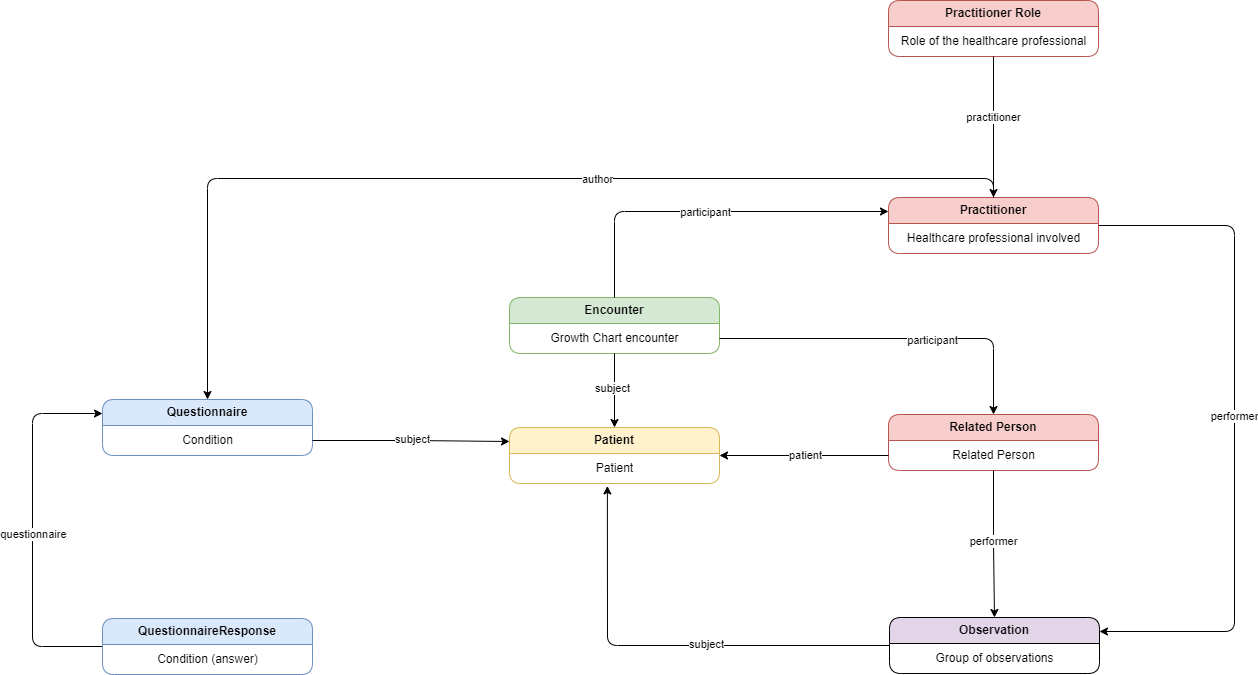
Before: Diagrams/growth-chart-simplified-logical-model.png, a diagram exported from draw.io (GIGCymru/NHSWales-fhir-profiles). Source tidied: cells renumbered, new cells last; positions are measured from the earlier drawing's top-left corner, leaving out a move shared by most shapes. Its diagram source:
```xml
<mxGraphModel>
  <root>
    <mxCell id="0" />
    <mxCell id="1" parent="0" />
    <mxCell id="2" value="&lt;b&gt;Encounter&lt;/b&gt;" style="swimlane;fontStyle=0;horizontal=1;startSize=26;fillColor=#d5e8d4;whiteSpace=wrap;html=1;rounded=1;strokeColor=#82b366;noLabel=0;backgroundOutline=0;" parent="1" vertex="1">
      <mxGeometry x="477" y="297" width="210" height="56" as="geometry" />
    </mxCell>
    <mxCell id="3" value="Growth Chart encounter" style="text;html=1;align=center;verticalAlign=middle;points=[];strokeColor=none;fillColor=none;" parent="2" vertex="1">
      <mxGeometry y="26" width="210" height="30" as="geometry" />
    </mxCell>
    <mxCell id="4" value="&lt;b&gt;Related Person&lt;/b&gt;" style="swimlane;fontStyle=0;horizontal=1;startSize=26;fillColor=#f8cecc;whiteSpace=wrap;html=1;rounded=1;strokeColor=#b85450;noLabel=0;backgroundOutline=0;" parent="1" vertex="1">
      <mxGeometry x="856" y="414" width="210" height="56" as="geometry" />
    </mxCell>
    <mxCell id="5" value="Related Person" style="text;html=1;align=center;verticalAlign=middle;points=[];strokeColor=none;fillColor=none;" parent="4" vertex="1">
      <mxGeometry y="26" width="210" height="30" as="geometry" />
    </mxCell>
    <mxCell id="6" value="&lt;b&gt;Practitioner Role&lt;/b&gt;" style="swimlane;fontStyle=0;horizontal=1;startSize=26;fillColor=#f8cecc;html=1;rounded=1;strokeColor=#b85450;noLabel=0;backgroundOutline=0;whiteSpace=wrap;" parent="1" vertex="1">
      <mxGeometry x="856" width="210" height="56" as="geometry" />
    </mxCell>
    <mxCell id="7" value="Role of the healthcare professional" style="text;html=1;align=center;verticalAlign=middle;points=[];strokeColor=none;fillColor=none;" parent="6" vertex="1">
      <mxGeometry y="26" width="210" height="30" as="geometry" />
    </mxCell>
    <mxCell id="8" style="edgeStyle=orthogonalEdgeStyle;rounded=1;jettySize=auto;html=1;entryX=1;entryY=0.25;entryDx=0;entryDy=0;curved=0;" parent="1" edge="1" source="10" target="14">
      <mxGeometry relative="1" as="geometry">
        <Array as="points">
          <mxPoint x="1202" y="225" />
          <mxPoint x="1202" y="631" />
        </Array>
      </mxGeometry>
    </mxCell>
    <mxCell id="9" value="performer" style="edgeLabel;html=1;align=center;verticalAlign=middle;" parent="8" vertex="1">
      <mxGeometry x="0.17" y="-1" relative="1" as="geometry">
        <mxPoint y="-70" as="offset" />
      </mxGeometry>
    </mxCell>
    <mxCell id="10" value="&lt;b&gt;Practitioner&lt;/b&gt;" style="swimlane;fontStyle=0;horizontal=1;startSize=26;fillColor=#f8cecc;whiteSpace=wrap;html=1;rounded=1;strokeColor=#b85450;noLabel=0;backgroundOutline=0;" parent="1" vertex="1">
      <mxGeometry x="856" y="197" width="210" height="56" as="geometry" />
    </mxCell>
    <mxCell id="11" value="Healthcare professional involved" style="text;html=1;align=center;verticalAlign=middle;strokeColor=none;fillColor=none;" parent="10" vertex="1">
      <mxGeometry y="26" width="210" height="30" as="geometry" />
    </mxCell>
    <mxCell id="12" value="&lt;b&gt;Patient&lt;/b&gt;" style="swimlane;fontStyle=0;horizontal=1;startSize=26;fillColor=#fff2cc;whiteSpace=wrap;html=1;rounded=1;strokeColor=#d6b656;noLabel=0;backgroundOutline=0;" parent="1" vertex="1">
      <mxGeometry x="477" y="427" width="210" height="56" as="geometry" />
    </mxCell>
    <mxCell id="13" value="Patient" style="text;html=1;align=center;verticalAlign=middle;points=[];strokeColor=none;fillColor=none;" parent="12" vertex="1">
      <mxGeometry y="26" width="210" height="30" as="geometry" />
    </mxCell>
    <mxCell id="14" value="&lt;b&gt;Observation&lt;/b&gt;" style="swimlane;fontStyle=0;horizontal=1;startSize=26;fillColor=#E1D5E7;whiteSpace=wrap;html=1;rounded=1;strokeColor=default;noLabel=0;backgroundOutline=0;" parent="1" vertex="1">
      <mxGeometry x="857" y="617" width="210" height="56" as="geometry" />
    </mxCell>
    <mxCell id="15" value="Group of observations" style="text;html=1;align=center;verticalAlign=middle;strokeColor=none;fillColor=none;" parent="14" vertex="1">
      <mxGeometry y="26" width="210" height="30" as="geometry" />
    </mxCell>
    <mxCell id="16" value="&lt;b&gt;Questionnaire&lt;/b&gt;" style="swimlane;fontStyle=0;horizontal=1;startSize=26;fillColor=#dae8fc;whiteSpace=wrap;html=1;rounded=1;strokeColor=#6c8ebf;noLabel=0;backgroundOutline=0;" parent="1" vertex="1">
      <mxGeometry x="70" y="399" width="210" height="56" as="geometry" />
    </mxCell>
    <mxCell id="17" value="Condition" style="text;html=1;align=center;verticalAlign=middle;points=[];strokeColor=none;fillColor=none;" parent="16" vertex="1">
      <mxGeometry y="26" width="210" height="30" as="geometry" />
    </mxCell>
    <mxCell id="18" style="edgeStyle=orthogonalEdgeStyle;rounded=1;jettySize=auto;html=1;entryX=0;entryY=0.25;entryDx=0;entryDy=0;exitX=0;exitY=0.5;exitDx=0;exitDy=0;curved=0;strokeColor=default;endArrow=classic;endFill=1;strokeWidth=1;" parent="1" edge="1" source="20" target="16">
      <mxGeometry relative="1" as="geometry">
        <Array as="points">
          <mxPoint y="646" />
          <mxPoint y="413" />
        </Array>
      </mxGeometry>
    </mxCell>
    <mxCell id="19" value="questionnaire" style="edgeLabel;html=1;align=center;verticalAlign=middle;" parent="18" vertex="1">
      <mxGeometry x="-0.02" relative="1" as="geometry">
        <mxPoint y="1" as="offset" />
      </mxGeometry>
    </mxCell>
    <mxCell id="20" value="&lt;b&gt;QuestionnaireResponse&lt;/b&gt;" style="swimlane;fontStyle=0;horizontal=1;startSize=26;fillColor=#dae8fc;whiteSpace=wrap;html=1;rounded=1;strokeColor=#6c8ebf;noLabel=0;backgroundOutline=0;" parent="1" vertex="1">
      <mxGeometry x="70" y="618" width="210" height="56" as="geometry" />
    </mxCell>
    <mxCell id="21" value="Condition (answer)" style="text;html=1;align=center;verticalAlign=middle;strokeColor=none;fillColor=none;" parent="20" vertex="1">
      <mxGeometry y="26" width="210" height="30" as="geometry" />
    </mxCell>
    <mxCell id="22" style="edgeStyle=orthogonalEdgeStyle;rounded=1;jettySize=auto;html=1;entryX=0;entryY=0.25;entryDx=0;entryDy=0;curved=0;" parent="1" edge="1" source="17" target="12">
      <mxGeometry relative="1" as="geometry" />
    </mxCell>
    <mxCell id="23" value="subject" style="edgeLabel;html=1;align=center;verticalAlign=middle;" parent="22" vertex="1">
      <mxGeometry x="0.01" y="2" relative="1" as="geometry">
        <mxPoint y="-1" as="offset" />
      </mxGeometry>
    </mxCell>
    <mxCell id="24" style="edgeStyle=orthogonalEdgeStyle;rounded=0;jettySize=auto;html=1;" parent="1" edge="1" source="7">
      <mxGeometry relative="1" as="geometry">
        <mxPoint x="961" y="197" as="targetPoint" />
      </mxGeometry>
    </mxCell>
    <mxCell id="25" value="practitioner" style="edgeLabel;html=1;align=center;verticalAlign=middle;" parent="24" vertex="1">
      <mxGeometry x="-0.16" y="-1" relative="1" as="geometry" />
    </mxCell>
    <mxCell id="26" style="edgeStyle=orthogonalEdgeStyle;rounded=1;jettySize=auto;html=1;entryX=1;entryY=0.5;entryDx=0;entryDy=0;curved=0;" parent="1" edge="1" source="5" target="12">
      <mxGeometry relative="1" as="geometry" />
    </mxCell>
    <mxCell id="27" value="patient" style="edgeLabel;html=1;align=center;verticalAlign=middle;" parent="26" vertex="1">
      <mxGeometry x="-0.02" y="-1" relative="1" as="geometry" />
    </mxCell>
    <mxCell id="28" style="edgeStyle=orthogonalEdgeStyle;rounded=1;jettySize=auto;html=1;curved=0;" parent="1" edge="1" source="3" target="12">
      <mxGeometry relative="1" as="geometry" />
    </mxCell>
    <mxCell id="29" value="subject" style="edgeLabel;html=1;align=center;verticalAlign=middle;" parent="28" vertex="1">
      <mxGeometry x="-0.08" y="-3" relative="1" as="geometry" />
    </mxCell>
    <mxCell id="30" style="edgeStyle=orthogonalEdgeStyle;rounded=1;jettySize=auto;html=1;entryX=0;entryY=0.25;entryDx=0;entryDy=0;curved=0;exitX=0.5;exitY=0;exitDx=0;exitDy=0;" parent="1" edge="1" source="2" target="10">
      <mxGeometry relative="1" as="geometry" />
    </mxCell>
    <mxCell id="31" value="participant" style="edgeLabel;html=1;align=center;verticalAlign=middle;" parent="30" vertex="1">
      <mxGeometry x="-0.02" relative="1" as="geometry" />
    </mxCell>
    <mxCell id="32" style="edgeStyle=orthogonalEdgeStyle;rounded=1;jettySize=auto;html=1;curved=0;" parent="1" edge="1" source="3" target="4">
      <mxGeometry relative="1" as="geometry" />
    </mxCell>
    <mxCell id="33" value="participant" style="edgeLabel;html=1;align=center;verticalAlign=middle;" parent="32" vertex="1">
      <mxGeometry x="0.21" y="-1" relative="1" as="geometry" />
    </mxCell>
    <mxCell id="34" style="edgeStyle=orthogonalEdgeStyle;rounded=1;jettySize=auto;html=1;curved=0;" parent="1" edge="1" source="5" target="14">
      <mxGeometry relative="1" as="geometry" />
    </mxCell>
    <mxCell id="35" value="performer" style="edgeLabel;html=1;align=center;verticalAlign=middle;" parent="34" vertex="1">
      <mxGeometry x="-0.06" relative="1" as="geometry">
        <mxPoint x="-1" as="offset" />
      </mxGeometry>
    </mxCell>
    <mxCell id="36" style="edgeStyle=orthogonalEdgeStyle;rounded=1;jettySize=auto;html=1;entryX=0.466;entryY=1.082;entryDx=0;entryDy=0;entryPerimeter=0;curved=0;" parent="1" edge="1" source="14" target="13">
      <mxGeometry relative="1" as="geometry" />
    </mxCell>
    <mxCell id="37" value="subject" style="edgeLabel;html=1;align=center;verticalAlign=middle;" parent="36" vertex="1">
      <mxGeometry x="-0.17" y="-2" relative="1" as="geometry" />
    </mxCell>
    <mxCell id="38" style="edgeStyle=orthogonalEdgeStyle;rounded=1;jettySize=auto;html=1;exitX=0.5;exitY=0;exitDx=0;exitDy=0;curved=0;" parent="1" edge="1" source="10" target="16">
      <mxGeometry relative="1" as="geometry">
        <Array as="points">
          <mxPoint x="961" y="178" />
          <mxPoint x="175" y="178" />
        </Array>
      </mxGeometry>
    </mxCell>
    <mxCell id="39" value="author" style="edgeLabel;html=1;align=center;verticalAlign=middle;" parent="38" vertex="1">
      <mxGeometry x="-0.19" relative="1" as="geometry" />
    </mxCell>
  </root>
</mxGraphModel>
```
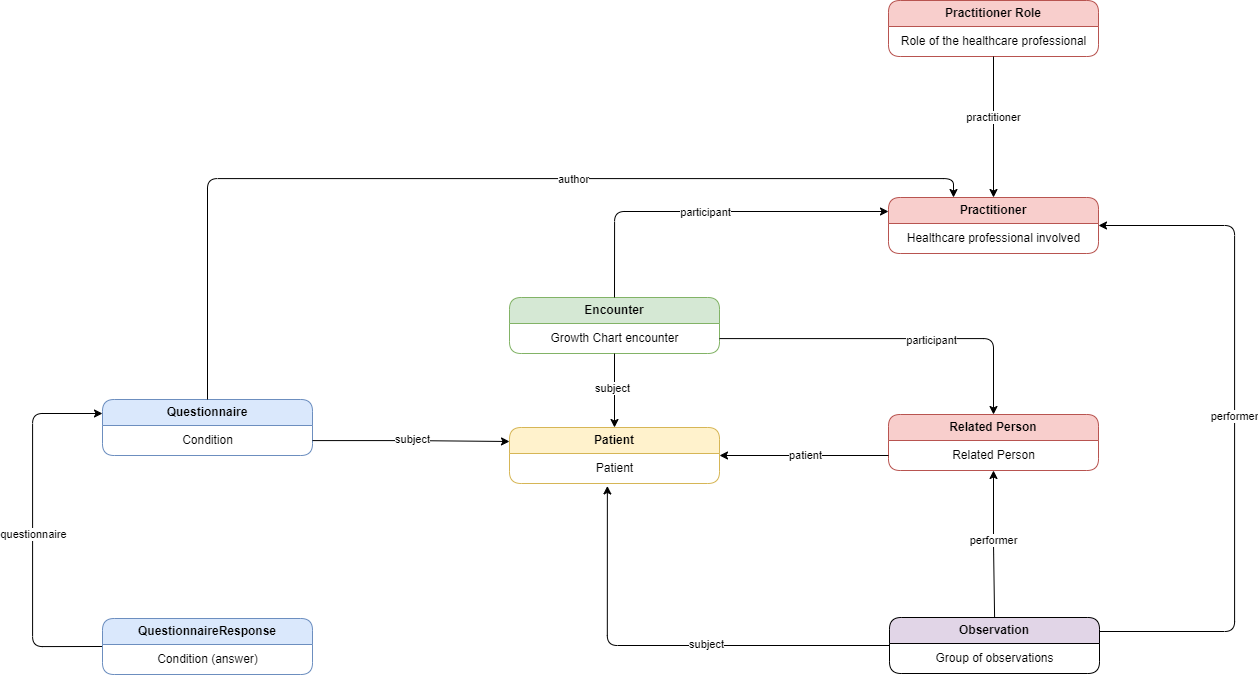
Above is the later version.

The edit, as a diff of the source:
```diff
@@ -20,7 +20,7 @@
     <mxCell id="7" value="Role of the healthcare professional" style="text;html=1;align=center;verticalAlign=middle;points=[];strokeColor=none;fillColor=none;" parent="6" vertex="1">
       <mxGeometry y="26" width="210" height="30" as="geometry" />
     </mxCell>
-    <mxCell id="8" style="edgeStyle=orthogonalEdgeStyle;rounded=1;jettySize=auto;html=1;entryX=1;entryY=0.25;entryDx=0;entryDy=0;curved=0;" parent="1" edge="1" source="10" target="14">
+    <mxCell id="8" style="edgeStyle=orthogonalEdgeStyle;rounded=1;jettySize=auto;html=1;entryX=1;entryY=0.25;entryDx=0;entryDy=0;curved=0;startArrow=classic;startFill=1;endArrow=none;endFill=0;" parent="1" edge="1" source="10" target="14">
       <mxGeometry relative="1" as="geometry">
         <Array as="points">
           <mxPoint x="1202" y="225" />
@@ -116,7 +116,7 @@
     <mxCell id="33" value="participant" style="edgeLabel;html=1;align=center;verticalAlign=middle;" parent="32" vertex="1">
       <mxGeometry x="0.21" y="-1" relative="1" as="geometry" />
     </mxCell>
-    <mxCell id="34" style="edgeStyle=orthogonalEdgeStyle;rounded=1;jettySize=auto;html=1;curved=0;" parent="1" edge="1" source="5" target="14">
+    <mxCell id="34" style="edgeStyle=orthogonalEdgeStyle;rounded=1;jettySize=auto;html=1;curved=0;startArrow=classic;startFill=1;endArrow=none;endFill=0;" parent="1" edge="1" source="5" target="14">
       <mxGeometry relative="1" as="geometry" />
     </mxCell>
     <mxCell id="35" value="performer" style="edgeLabel;html=1;align=center;verticalAlign=middle;" parent="34" vertex="1">
@@ -130,10 +130,12 @@
     <mxCell id="37" value="subject" style="edgeLabel;html=1;align=center;verticalAlign=middle;" parent="36" vertex="1">
       <mxGeometry x="-0.17" y="-2" relative="1" as="geometry" />
     </mxCell>
-    <mxCell id="38" style="edgeStyle=orthogonalEdgeStyle;rounded=1;jettySize=auto;html=1;exitX=0.5;exitY=0;exitDx=0;exitDy=0;curved=0;" parent="1" edge="1" source="10" target="16">
+    <mxCell id="38" style="edgeStyle=orthogonalEdgeStyle;rounded=1;jettySize=auto;html=1;curved=0;startArrow=classic;startFill=1;endArrow=none;endFill=0;" parent="1" edge="1" target="16">
       <mxGeometry relative="1" as="geometry">
+        <mxPoint x="921" y="197" as="sourcePoint" />
         <Array as="points">
-          <mxPoint x="961" y="178" />
+          <mxPoint x="921" y="197" />
+          <mxPoint x="921" y="178" />
           <mxPoint x="175" y="178" />
         </Array>
       </mxGeometry>
```
